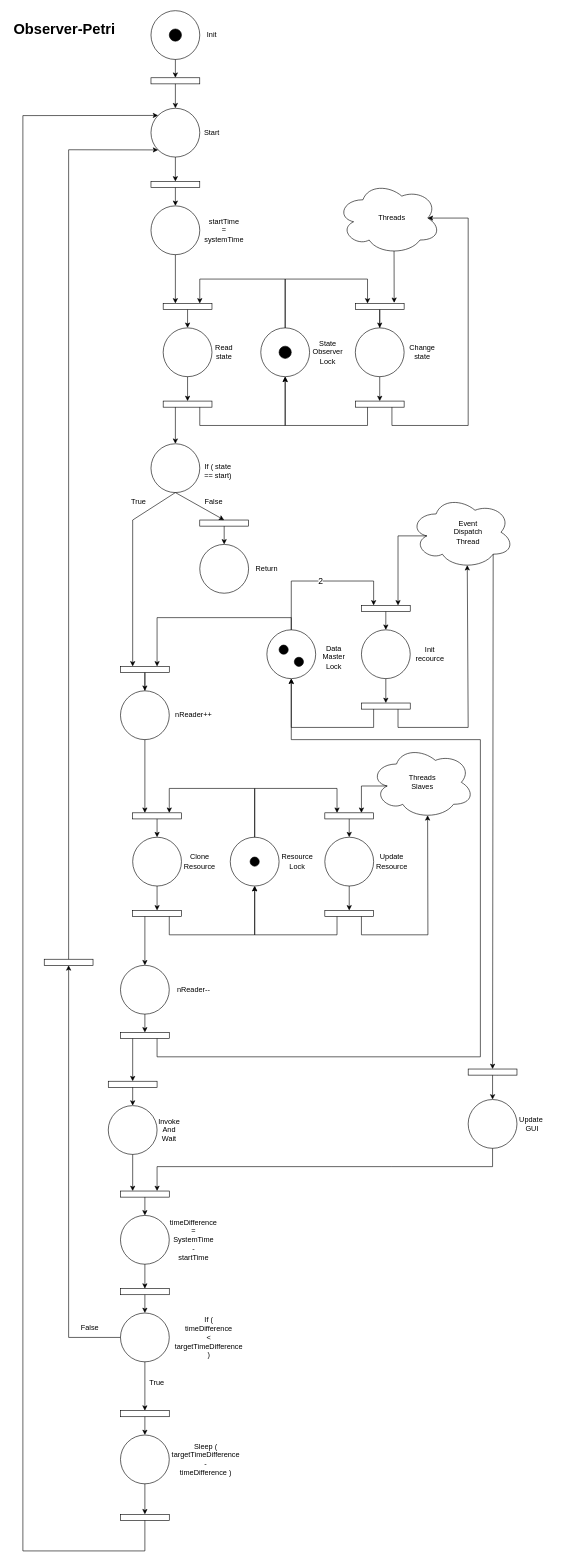
Above: Petry/ObserversPetry.drawio in TheGarbage/PCD-Assignment1 (draw.io), before the change. Source tidied: cells renumbered, new cells numbered last; positions are measured from the earlier drawing's top-left corner, leaving out a move shared by most shapes. Both pictures are drawn from the tidied source at 61%, with x=0, y=0 at pixel (10, 10).
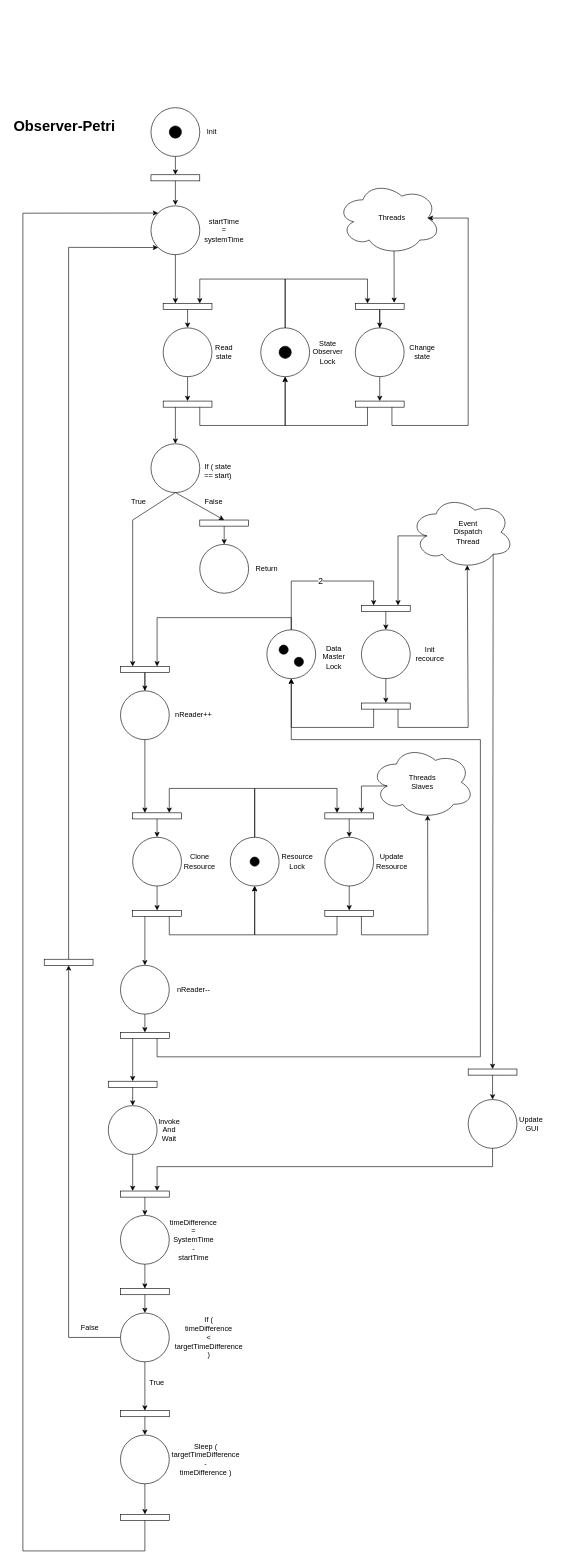
The same page after the edit.

Unchanged cells that the change refers to:
```xml
<mxCell id="4" style="ellipse;whiteSpace=wrap;html=1;" parent="1" vertex="1">
  <mxGeometry x="230" y="320" width="80" height="80" as="geometry" />
</mxCell>
<mxCell id="134" style="rounded=0;whiteSpace=wrap;html=1;" parent="1" vertex="1">
  <mxGeometry x="55" y="1555" width="80" height="10" as="geometry" />
</mxCell>
<mxCell id="135" style="rounded=0;whiteSpace=wrap;html=1;" parent="1" vertex="1">
  <mxGeometry x="180" y="2465" width="80" height="10" as="geometry" />
</mxCell>
```

Diff of the diagram source:
```diff
@@
     <mxCell id="2" style="ellipse;whiteSpace=wrap;html=1;" parent="1" vertex="1">
-      <mxGeometry x="230" width="80" height="80" as="geometry" />
+      <mxGeometry x="230" y="159" width="80" height="80" as="geometry" />
     </mxCell>
-    <mxCell id="3" style="ellipse;whiteSpace=wrap;html=1;" parent="1" vertex="1">
-      <mxGeometry x="230" y="160" width="80" height="80" as="geometry" />
-    </mxCell>
@@
-    <mxCell id="5" style="rounded=0;whiteSpace=wrap;html=1;" parent="1" vertex="1">
-      <mxGeometry x="230" y="280" width="80" height="10" as="geometry" />
-    </mxCell>
     <mxCell id="6" style="rounded=0;whiteSpace=wrap;html=1;" parent="1" vertex="1">
-      <mxGeometry x="230" y="110" width="80" height="10" as="geometry" />
+      <mxGeometry x="230" y="269" width="80" height="10" as="geometry" />
     </mxCell>
@@
-    <mxCell id="8" style="endArrow=classic;html=1;rounded=0;exitX=0.5;exitY=1;exitDx=0;exitDy=0;entryX=0.5;entryY=0;entryDx=0;entryDy=0;" parent="1" edge="1" source="6" target="3">
-      <mxGeometry relative="1" as="geometry" />
+    <mxCell id="8" style="endArrow=classic;html=1;rounded=0;exitX=0.5;exitY=1;exitDx=0;exitDy=0;entryX=0.5;entryY=0;entryDx=0;entryDy=0;" parent="1" edge="1" source="6">
+      <mxGeometry relative="1" as="geometry">
+        <mxPoint x="270" y="319" as="targetPoint" />
+      </mxGeometry>
     </mxCell>
-    <mxCell id="9" style="endArrow=classic;html=1;rounded=0;exitX=0.5;exitY=1;exitDx=0;exitDy=0;entryX=0.5;entryY=0;entryDx=0;entryDy=0;" parent="1" edge="1" source="3" target="5">
-      <mxGeometry relative="1" as="geometry" />
-    </mxCell>
-    <mxCell id="10" style="endArrow=classic;html=1;rounded=0;exitX=0.5;exitY=1;exitDx=0;exitDy=0;entryX=0.5;entryY=0;entryDx=0;entryDy=0;" parent="1" edge="1" source="5" target="4">
-      <mxGeometry relative="1" as="geometry" />
-    </mxCell>
-    <mxCell id="11" value="Start" style="text;html=1;strokeColor=none;fillColor=none;align=center;verticalAlign=middle;whiteSpace=wrap;rounded=0;" parent="1" vertex="1">
-      <mxGeometry x="300" y="185" width="60" height="30" as="geometry" />
-    </mxCell>
@@
     <mxCell id="31" value="Init" style="text;html=1;strokeColor=none;fillColor=none;align=center;verticalAlign=middle;whiteSpace=wrap;rounded=0;" parent="1" vertex="1">
-      <mxGeometry x="300" y="25" width="60" height="30" as="geometry" />
+      <mxGeometry x="300" y="184" width="60" height="30" as="geometry" />
     </mxCell>
     <mxCell id="32" style="ellipse;whiteSpace=wrap;html=1;fillColor=#000000;" parent="1" vertex="1">
-      <mxGeometry x="260" y="30" width="20" height="20" as="geometry" />
+      <mxGeometry x="260" y="189" width="20" height="20" as="geometry" />
     </mxCell>
@@
     <mxCell id="49" value="&lt;h1&gt;Observer-Petri&lt;/h1&gt;" style="text;html=1;strokeColor=none;fillColor=none;spacing=5;spacingTop=-20;whiteSpace=wrap;overflow=hidden;rounded=0;" parent="1" vertex="1">
-      <mxGeometry y="10" width="190" height="120" as="geometry" />
+      <mxGeometry y="169" width="190" height="120" as="geometry" />
     </mxCell>
@@
-    <mxCell id="137" style="endArrow=classic;html=1;rounded=0;exitX=0.5;exitY=1;exitDx=0;exitDy=0;entryX=0;entryY=0;entryDx=0;entryDy=0;" parent="1" edge="1" source="135" target="3">
+    <mxCell id="137" style="endArrow=classic;html=1;rounded=0;exitX=0.5;exitY=1;exitDx=0;exitDy=0;entryX=0;entryY=0;entryDx=0;entryDy=0;" parent="1" edge="1" source="135" target="4">
       <mxGeometry relative="1" as="geometry">
         <Array as="points">
           <mxPoint x="220" y="2525" />
           <mxPoint x="20" y="2525" />
-          <mxPoint x="20" y="172" />
+          <mxPoint x="20" y="332" />
         </Array>
       </mxGeometry>
     </mxCell>
-    <mxCell id="138" style="endArrow=classic;html=1;rounded=0;exitX=0.5;exitY=0;exitDx=0;exitDy=0;entryX=0;entryY=1;entryDx=0;entryDy=0;" parent="1" edge="1" source="134" target="3">
+    <mxCell id="138" style="endArrow=classic;html=1;rounded=0;exitX=0.5;exitY=0;exitDx=0;exitDy=0;entryX=0;entryY=1;entryDx=0;entryDy=0;" parent="1" edge="1" source="134" target="4">
       <mxGeometry relative="1" as="geometry">
         <Array as="points">
-          <mxPoint x="95" y="228" />
+          <mxPoint x="95" y="388" />
         </Array>
       </mxGeometry>
     </mxCell>
```
